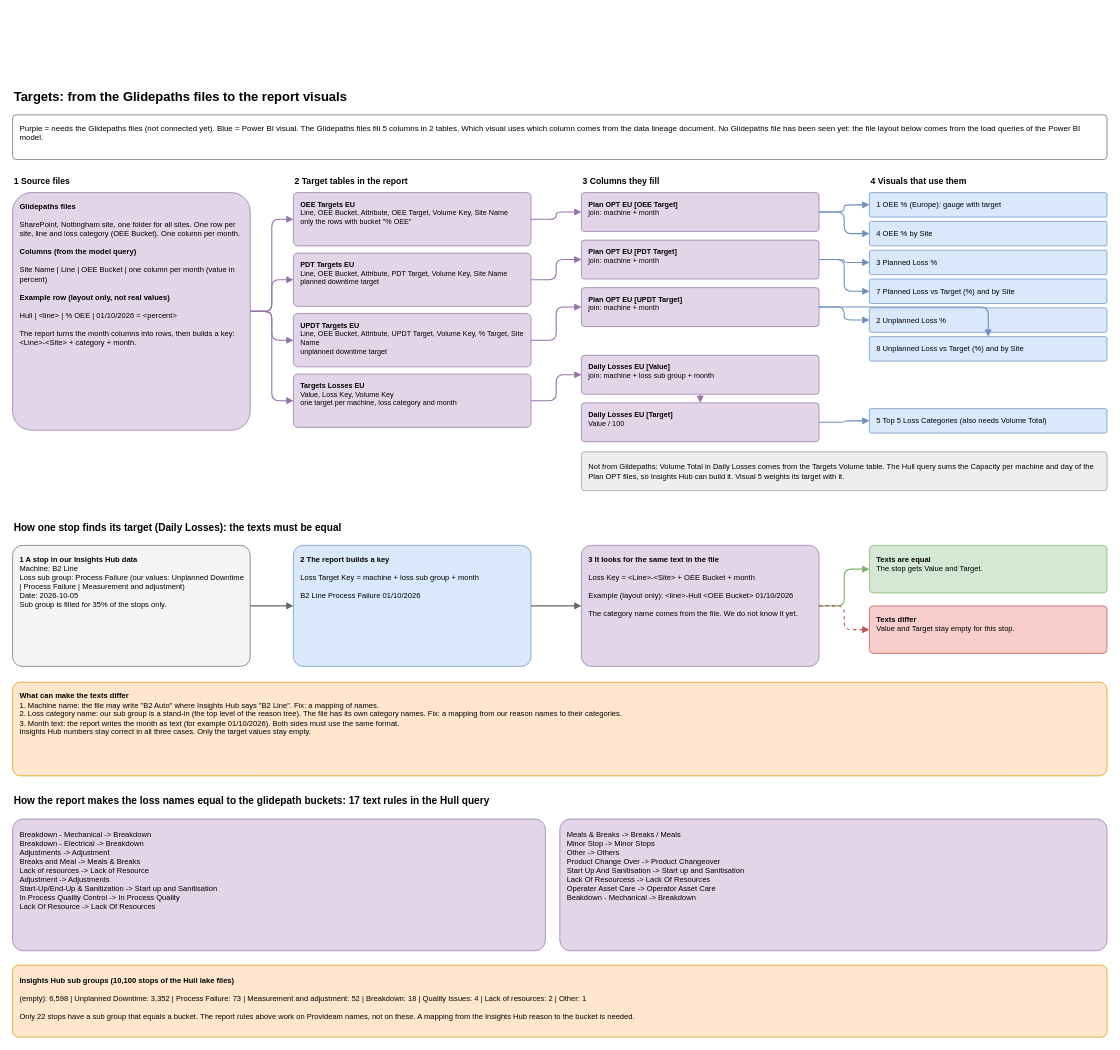
AbiyyuMufti/SIH-IBMX-R keeps this draw.io diagram as page "Background: Targets (Glidepaths)" (14 of 21) of diagrams/site-dashboards-map.drawio. Above is the earlier version. Source tidied: cells renumbered, new cells numbered last; positions are measured from the earlier drawing's top-left corner, leaving out a move shared by most shapes. Both pictures are drawn from the tidied source at 72%, with x=0, y=0 at pixel (12, 84).
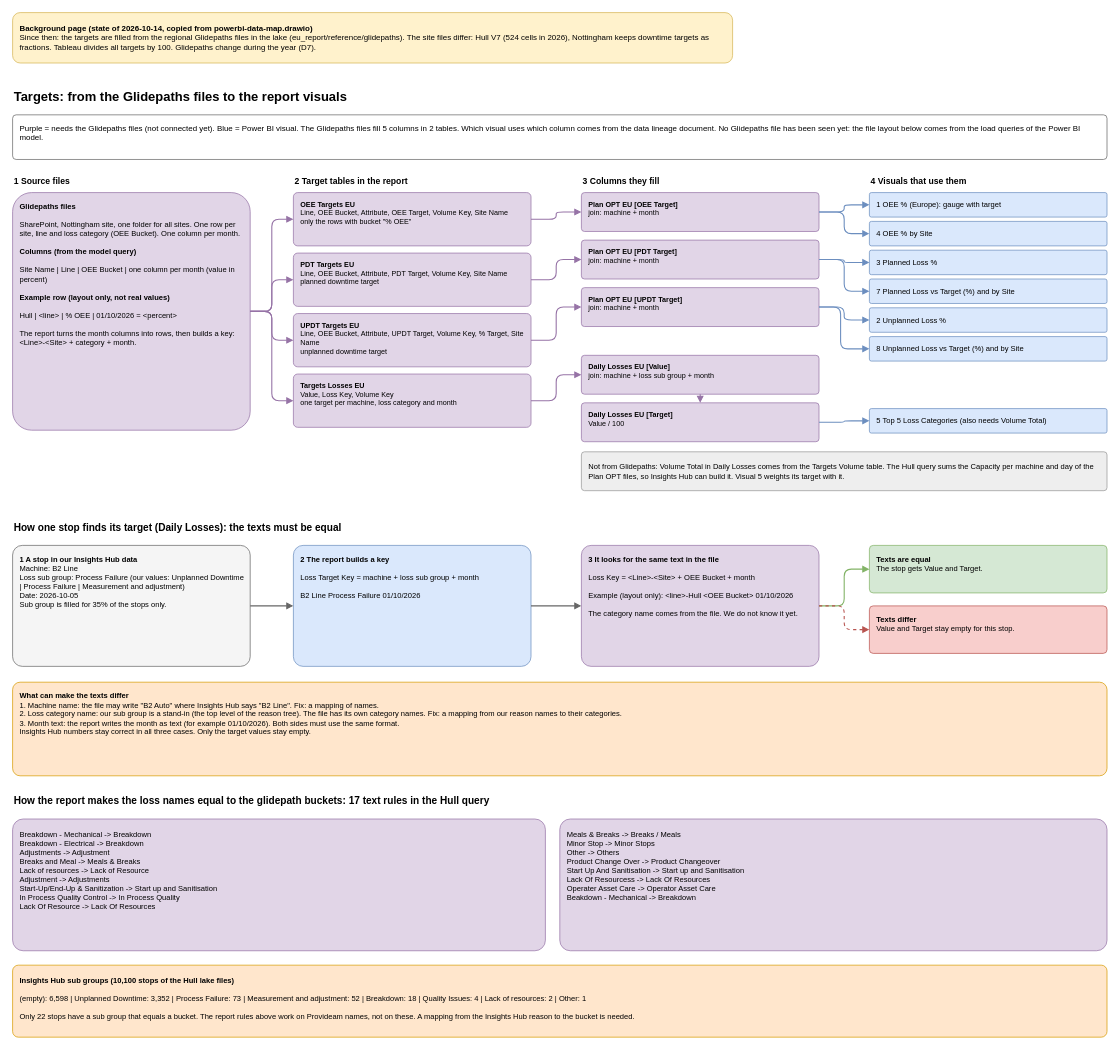
After the change.

Unchanged cells that the change refers to:
```xml
<mxCell id="19" value="&lt;b&gt;Plan OPT EU [UPDT Target]&lt;/b&gt;&lt;br&gt;join: machine + month" style="rounded=1;whiteSpace=wrap;html=1;align=left;verticalAlign=middle;spacingLeft=8;spacingRight=6;spacingTop=2;spacingBottom=2;fontSize=11;arcSize=8;fillColor=#e1d5e7;strokeColor=#9673a6;verticalAlign=top;spacingTop=4;fontSize=10;" parent="1" vertex="1">
  <mxGeometry x="790" y="282" width="330" height="54" as="geometry" />
</mxCell>
<mxCell id="32" value="8 Unplanned Loss vs Target (%) and by Site" style="rounded=1;whiteSpace=wrap;html=1;align=left;verticalAlign=middle;spacingLeft=8;spacingRight=6;spacingTop=2;spacingBottom=2;fontSize=11;arcSize=8;fillColor=#dae8fc;strokeColor=#6c8ebf;fontSize=10.5;" parent="1" vertex="1">
  <mxGeometry x="1190" y="350" width="330" height="34" as="geometry" />
</mxCell>
```

What changed in the source:
```diff
@@
+    <mxCell id="57" value="&lt;b&gt;Background page (state of 2026-10-14, copied from powerbi-data-map.drawio)&lt;/b&gt;&lt;br&gt;Since then: the targets are filled from the regional Glidepaths files in the lake (eu_report/reference/glidepaths). The site files differ: Hull V7 (524 cells in 2026), Nottingham keeps downtime targets as fractions. Tableau divides all targets by 100. Glidepaths change during the year (D7)." style="rounded=1;whiteSpace=wrap;html=1;align=left;verticalAlign=middle;spacingLeft=8;fontSize=11;fillColor=#fff2cc;strokeColor=#d6b656;" parent="1" vertex="1">
+      <mxGeometry y="-100" width="1000" height="70" as="geometry" />
+    </mxCell>
@@
     <mxCell id="37" style="edgeStyle=orthogonalEdgeStyle;html=1;endArrow=block;endFill=1;strokeWidth=1.5;strokeColor=#6c8ebf;" parent="1" edge="1" source="19" target="32">
-      <mxGeometry relative="1" as="geometry" />
+      <mxGeometry relative="1" as="geometry">
+        <Array as="points">
+          <mxPoint x="1150" y="309" />
+          <mxPoint x="1150" y="367" />
+        </Array>
+      </mxGeometry>
     </mxCell>
```
